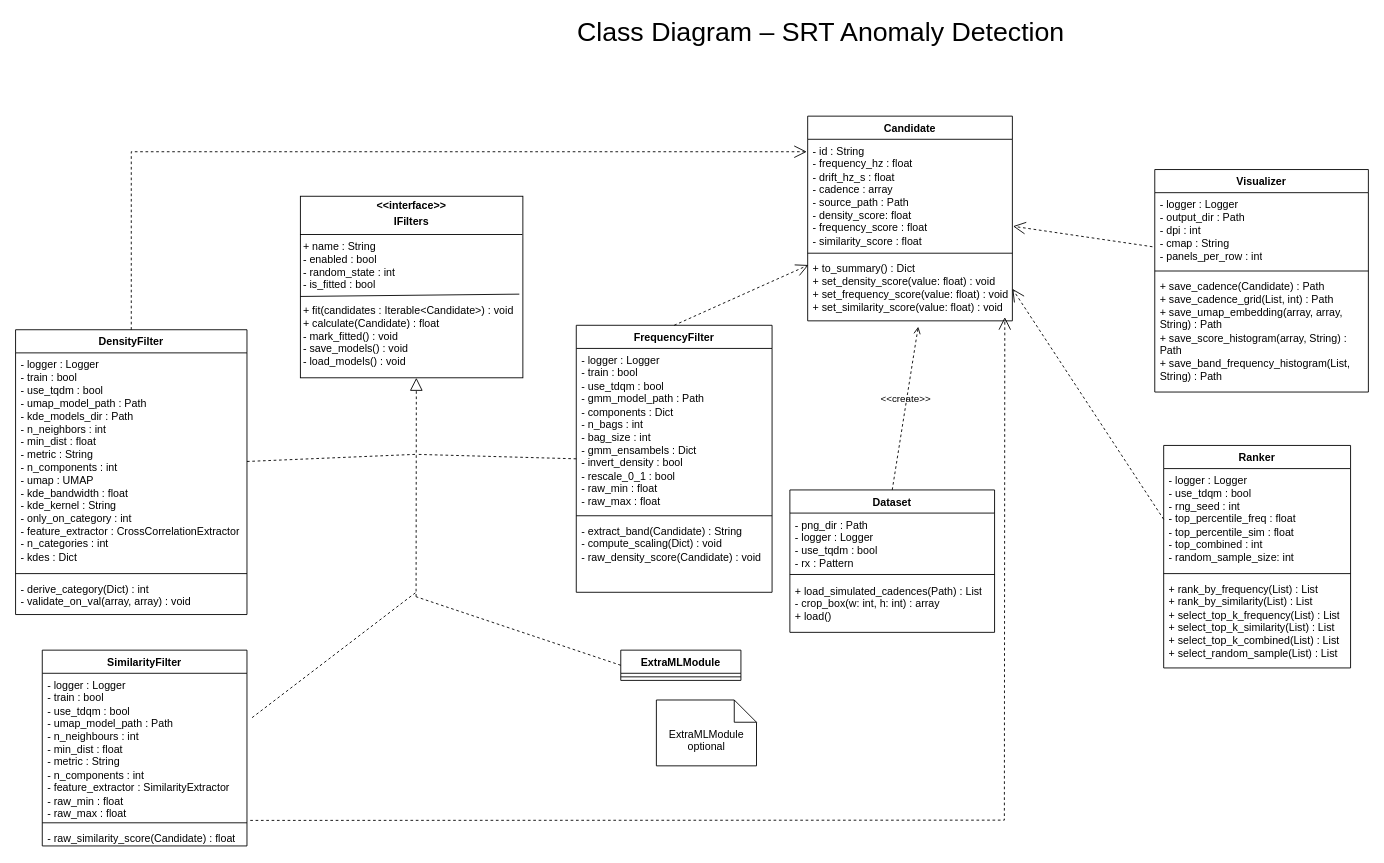
The draw.io diagram docs/uml/04_class/class_diagram.drawio in DavideDeplano/srt-anomaly-detection, before the edit. Source tidied: cells renumbered, new cells numbered last; positions are measured from the earlier drawing's top-left corner, leaving out a move shared by most shapes. Both pictures are drawn from the tidied source at 89%, with x=0, y=0 at pixel (15, 18).
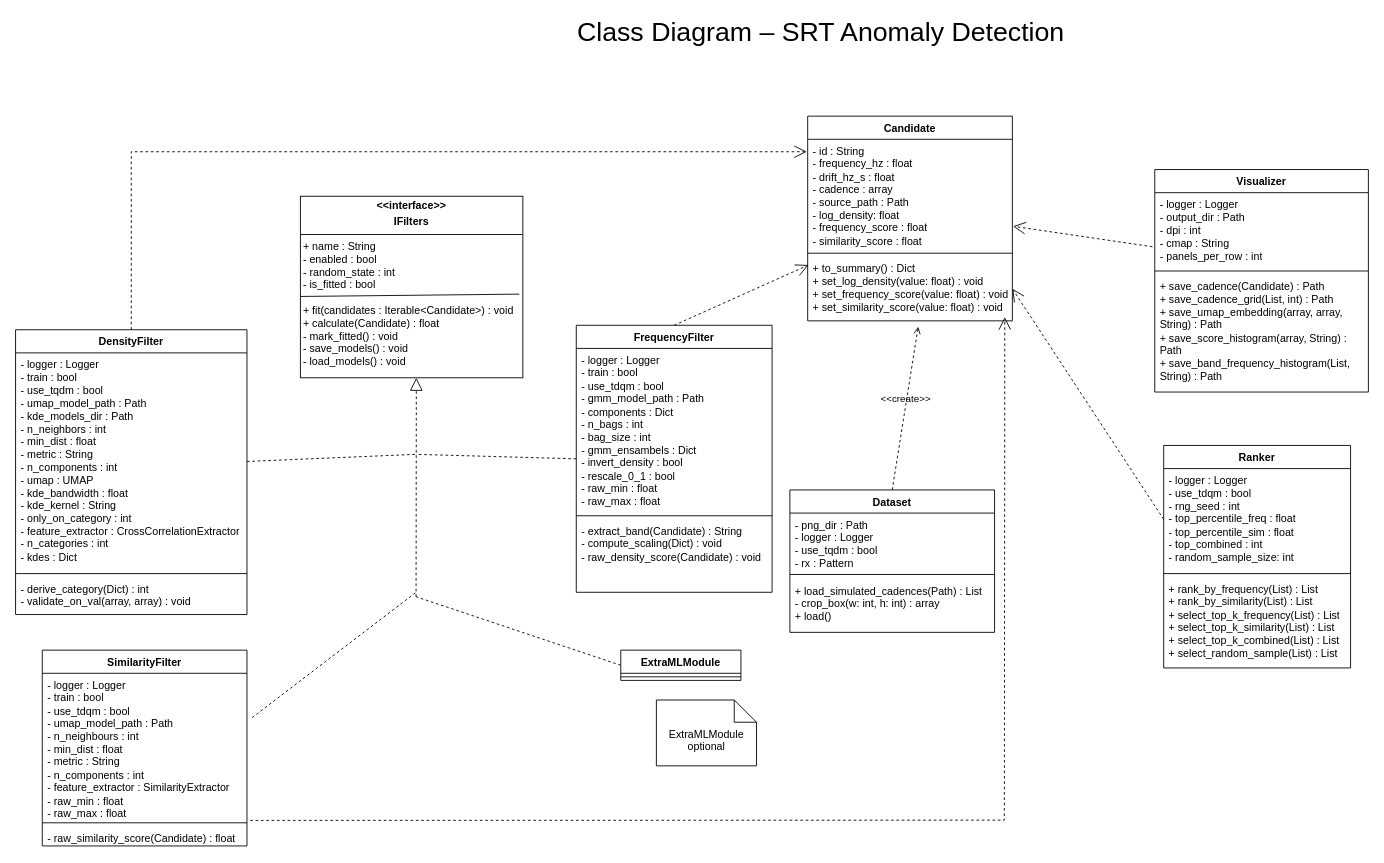
Above is the later version.

The change refers to these unchanged cells:
```xml
<mxCell id="19" value="Candidate" style="swimlane;fontStyle=1;align=center;verticalAlign=top;horizontal=1;startSize=26;whiteSpace=wrap;html=1;" parent="1" vertex="1">
  <mxGeometry x="890" y="110" width="230" height="230" as="geometry" />
</mxCell>
```

What changed in the source:
```diff
@@
-    <mxCell id="20" value="- id : String&lt;div&gt;- frequency_hz : float&lt;/div&gt;&lt;div&gt;- drift_hz_s : float&lt;/div&gt;&lt;div&gt;- cadence : array&lt;/div&gt;&lt;div&gt;- source_path : Path&lt;/div&gt;&lt;div&gt;- density_score: float&lt;/div&gt;&lt;div&gt;&lt;span style=&quot;background-color: transparent; color: light-dark(rgb(0, 0, 0), rgb(255, 255, 255));&quot;&gt;- frequency_score : float&lt;/span&gt;&lt;/div&gt;&lt;div&gt;- similarity_score : float&lt;/div&gt;" style="text;strokeColor=none;fillColor=none;align=left;verticalAlign=top;spacingLeft=4;spacingRight=4;overflow=hidden;points=[[0,0.5],[1,0.5]];portConstraint=eastwest;whiteSpace=wrap;html=1;" parent="19" vertex="1">
+    <mxCell id="20" value="- id : String&lt;div&gt;- frequency_hz : float&lt;/div&gt;&lt;div&gt;- drift_hz_s : float&lt;/div&gt;&lt;div&gt;- cadence : array&lt;/div&gt;&lt;div&gt;- source_path : Path&lt;/div&gt;&lt;div&gt;- log_density: float&lt;/div&gt;&lt;div&gt;&lt;span style=&quot;background-color: transparent; color: light-dark(rgb(0, 0, 0), rgb(255, 255, 255));&quot;&gt;- frequency_score : float&lt;/span&gt;&lt;/div&gt;&lt;div&gt;- similarity_score : float&lt;/div&gt;" style="text;strokeColor=none;fillColor=none;align=left;verticalAlign=top;spacingLeft=4;spacingRight=4;overflow=hidden;points=[[0,0.5],[1,0.5]];portConstraint=eastwest;whiteSpace=wrap;html=1;" parent="19" vertex="1">
       <mxGeometry y="26" width="230" height="124" as="geometry" />
     </mxCell>
@@
-    <mxCell id="22" value="+ to_summary() : Dict&lt;div&gt;+ set_density_score(value: float) : void&lt;br&gt;&lt;div&gt;+ set_frequency_score(value: float) : void&lt;/div&gt;&lt;div&gt;+ set_similarity_score(value: float) : void&lt;/div&gt;&lt;div&gt;&lt;br&gt;&lt;/div&gt;&lt;/div&gt;" style="text;strokeColor=none;fillColor=none;align=left;verticalAlign=top;spacingLeft=4;spacingRight=4;overflow=hidden;points=[[0,0.5],[1,0.5]];portConstraint=eastwest;whiteSpace=wrap;html=1;" parent="19" vertex="1">
+    <mxCell id="22" value="+ to_summary() : Dict&lt;div&gt;+ set_log_density(value: float) : void&lt;br&gt;&lt;div&gt;+ set_frequency_score(value: float) : void&lt;/div&gt;&lt;div&gt;+ set_similarity_score(value: float) : void&lt;/div&gt;&lt;div&gt;&lt;br&gt;&lt;/div&gt;&lt;/div&gt;" style="text;strokeColor=none;fillColor=none;align=left;verticalAlign=top;spacingLeft=4;spacingRight=4;overflow=hidden;points=[[0,0.5],[1,0.5]];portConstraint=eastwest;whiteSpace=wrap;html=1;" parent="19" vertex="1">
       <mxGeometry y="158" width="230" height="72" as="geometry" />
     </mxCell>
```
